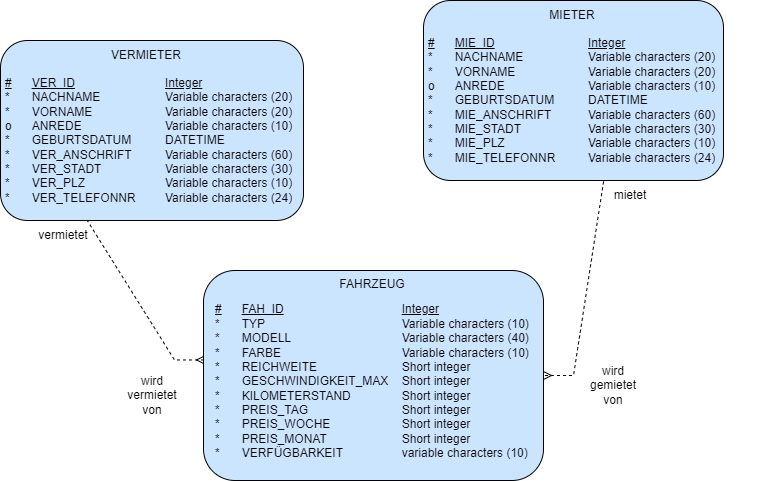
Earlier version of the draw.io export fahrzeugvermietung/media/ERDatenmodell.png (Smart-City-SoSe-2022/Dokumentation). Source tidied: cells renumbered, new cells last; positions are measured from the earlier drawing's top-left corner, leaving out a move shared by most shapes.
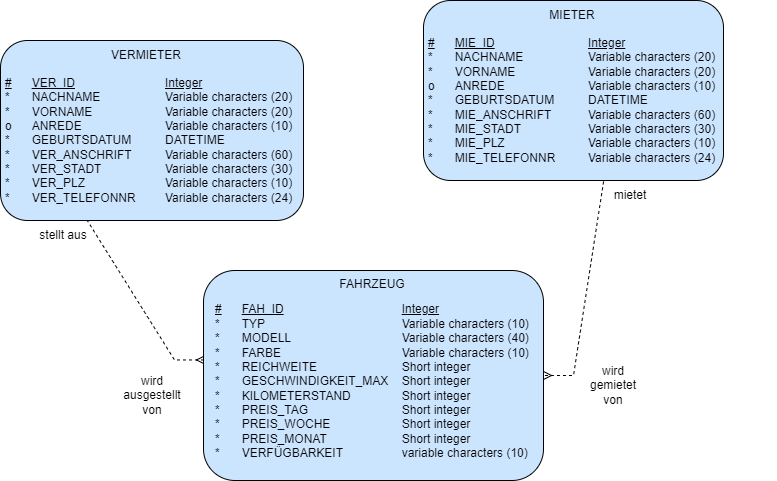
The same diagram one commit later.

Diff of the diagram source:
```diff
@@ -35,10 +35,10 @@
     <mxCell id="12" value="&lt;u&gt;#&lt;/u&gt;&lt;span style=&quot;white-space: pre&quot;&gt;&#9;&lt;/span&gt;&lt;u&gt;FAH&amp;nbsp; ID&lt;/u&gt;&lt;span style=&quot;white-space: pre&quot;&gt;&#9;&lt;/span&gt;&lt;span style=&quot;white-space: pre&quot;&gt;&#9;&lt;/span&gt;&lt;span style=&quot;white-space: pre&quot;&gt;&#9;&lt;span style=&quot;white-space: pre&quot;&gt;&#9;&lt;/span&gt;&lt;span style=&quot;white-space: pre&quot;&gt;&#9;&lt;/span&gt;&lt;/span&gt;&lt;u&gt;Integer&lt;/u&gt;&lt;br&gt;*&lt;span style=&quot;white-space: pre&quot;&gt;&#9;&lt;/span&gt;TYP&lt;span style=&quot;white-space: pre&quot;&gt;&#9;&lt;/span&gt;&lt;span style=&quot;white-space: pre&quot;&gt;&#9;&lt;/span&gt;&lt;span style=&quot;white-space: pre&quot;&gt;&#9;&lt;span style=&quot;white-space: pre&quot;&gt;&#9;&lt;span style=&quot;white-space: pre&quot;&gt;&#9;&lt;/span&gt;&lt;/span&gt;&lt;/span&gt;&lt;span style=&quot;white-space: pre&quot;&gt;&#9;&lt;/span&gt;Variable characters (10)&lt;br&gt;*&lt;span style=&quot;white-space: pre&quot;&gt;&#9;&lt;/span&gt;MODELL&lt;span style=&quot;white-space: pre&quot;&gt;&#9;&lt;/span&gt;&lt;span style=&quot;white-space: pre&quot;&gt;&#9;&lt;span style=&quot;white-space: pre&quot;&gt;&#9;&lt;span style=&quot;white-space: pre&quot;&gt;&#9;&lt;/span&gt;&lt;/span&gt;&lt;/span&gt;&lt;span style=&quot;white-space: pre&quot;&gt;&#9;&lt;/span&gt;Variable characters (40)&lt;br&gt;*&lt;span style=&quot;white-space: pre&quot;&gt;&#9;&lt;/span&gt;FARBE&lt;span style=&quot;white-space: pre&quot;&gt;&#9;&lt;/span&gt;&lt;span style=&quot;white-space: pre&quot;&gt;&#9;&lt;span style=&quot;white-space: pre&quot;&gt;&#9;&lt;span style=&quot;white-space: pre&quot;&gt;&#9;&lt;/span&gt;&lt;/span&gt;&lt;/span&gt;&lt;span style=&quot;white-space: pre&quot;&gt;&#9;&lt;/span&gt;Variable characters (10)&lt;br&gt;*&lt;span style=&quot;white-space: pre&quot;&gt;&#9;&lt;/span&gt;REICHWEITE&lt;span style=&quot;white-space: pre&quot;&gt;&#9;&lt;/span&gt;&lt;span style=&quot;white-space: pre&quot;&gt;&#9;&lt;span style=&quot;white-space: pre&quot;&gt;&#9;&lt;/span&gt;&lt;span style=&quot;white-space: pre&quot;&gt;&#9;&lt;/span&gt;S&lt;/span&gt;hort integer&lt;br&gt;*&lt;span style=&quot;white-space: pre&quot;&gt;&#9;&lt;/span&gt;GESCHWINDIGKEIT&lt;u&gt;&amp;nbsp; &lt;/u&gt;MAX&lt;span style=&quot;white-space: pre&quot;&gt;&#9;&lt;/span&gt;Short integer&lt;br&gt;*&lt;span style=&quot;white-space: pre&quot;&gt;&#9;&lt;/span&gt;KILOMETERSTAND&lt;span style=&quot;white-space: pre&quot;&gt;&#9;&lt;span style=&quot;white-space: pre&quot;&gt;&#9;&lt;/span&gt;S&lt;/span&gt;hort integer&lt;br&gt;*&lt;span style=&quot;white-space: pre&quot;&gt;&#9;&lt;/span&gt;PREIS&lt;u&gt;&amp;nbsp; &lt;/u&gt;TAG&lt;span style=&quot;white-space: pre&quot;&gt;&#9;&lt;/span&gt;&lt;span style=&quot;white-space: pre&quot;&gt;&#9;&lt;/span&gt;&lt;span style=&quot;white-space: pre&quot;&gt;&#9;&lt;span style=&quot;white-space: pre&quot;&gt;&#9;&lt;/span&gt;&lt;/span&gt;Short integer&lt;br&gt;*&lt;span style=&quot;white-space: pre&quot;&gt;&#9;&lt;/span&gt;PREIS&lt;u&gt;&amp;nbsp; &lt;/u&gt;WOCHE&lt;span style=&quot;white-space: pre&quot;&gt;&#9;&lt;/span&gt;&lt;span style=&quot;white-space: pre&quot;&gt;&#9;&lt;span style=&quot;white-space: pre&quot;&gt;&#9;&lt;/span&gt;&lt;/span&gt;Short integer&lt;br&gt;*&lt;span style=&quot;white-space: pre&quot;&gt;&#9;&lt;/span&gt;PREIS&lt;u&gt;&amp;nbsp; &lt;/u&gt;MONAT&lt;span style=&quot;white-space: pre&quot;&gt;&#9;&lt;/span&gt;&lt;span style=&quot;white-space: pre&quot;&gt;&#9;&lt;/span&gt;&lt;span style=&quot;white-space: pre&quot;&gt;&#9;&lt;/span&gt;Short integer&lt;br&gt;*&lt;span style=&quot;white-space: pre&quot;&gt;&#9;&lt;/span&gt;VERFÜGBARKEIT&lt;span style=&quot;white-space: pre&quot;&gt;&#9;&lt;/span&gt;&lt;span style=&quot;white-space: pre&quot;&gt;&#9;&lt;/span&gt;&lt;span style=&quot;white-space: pre&quot;&gt;&#9;&lt;/span&gt;variable characters (10)" style="text;html=1;strokeColor=none;fillColor=none;align=left;verticalAlign=middle;whiteSpace=wrap;rounded=0;" parent="1" vertex="1">
       <mxGeometry x="213" y="294" width="350" height="173" as="geometry" />
     </mxCell>
-    <mxCell id="13" value="vermietet" style="text;html=1;strokeColor=none;fillColor=none;align=center;verticalAlign=middle;whiteSpace=wrap;rounded=0;" parent="1" vertex="1">
+    <mxCell id="13" value="stellt aus" style="text;html=1;strokeColor=none;fillColor=none;align=center;verticalAlign=middle;whiteSpace=wrap;rounded=0;" parent="1" vertex="1">
       <mxGeometry x="33" y="220" width="60" height="30" as="geometry" />
     </mxCell>
-    <mxCell id="14" value="wird vermietet von" style="text;html=1;strokeColor=none;fillColor=none;align=center;verticalAlign=middle;whiteSpace=wrap;rounded=0;" parent="1" vertex="1">
+    <mxCell id="14" value="wird ausgestellt von" style="text;html=1;strokeColor=none;fillColor=none;align=center;verticalAlign=middle;whiteSpace=wrap;rounded=0;" parent="1" vertex="1">
       <mxGeometry x="121.5" y="380" width="60" height="30" as="geometry" />
     </mxCell>
     <mxCell id="15" value="wird gemietet von" style="text;html=1;strokeColor=none;fillColor=none;align=center;verticalAlign=middle;whiteSpace=wrap;rounded=0;" parent="1" vertex="1">
```
